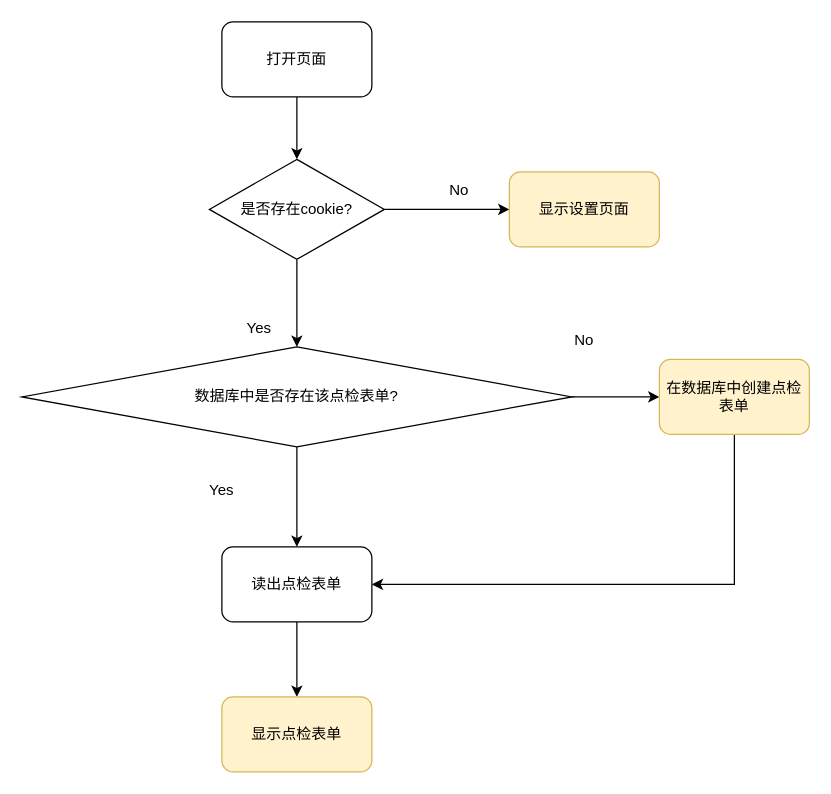
The draw.io diagram 测试站点检系统.drawio in JackGeminiKu/Diagrams, before the edit. Source tidied: cells renumbered, new cells numbered last; positions are measured from the earlier drawing's top-left corner, leaving out a move shared by most shapes. Both pictures are drawn from the tidied source at 125%, with x=0, y=0 at pixel (21, 21).
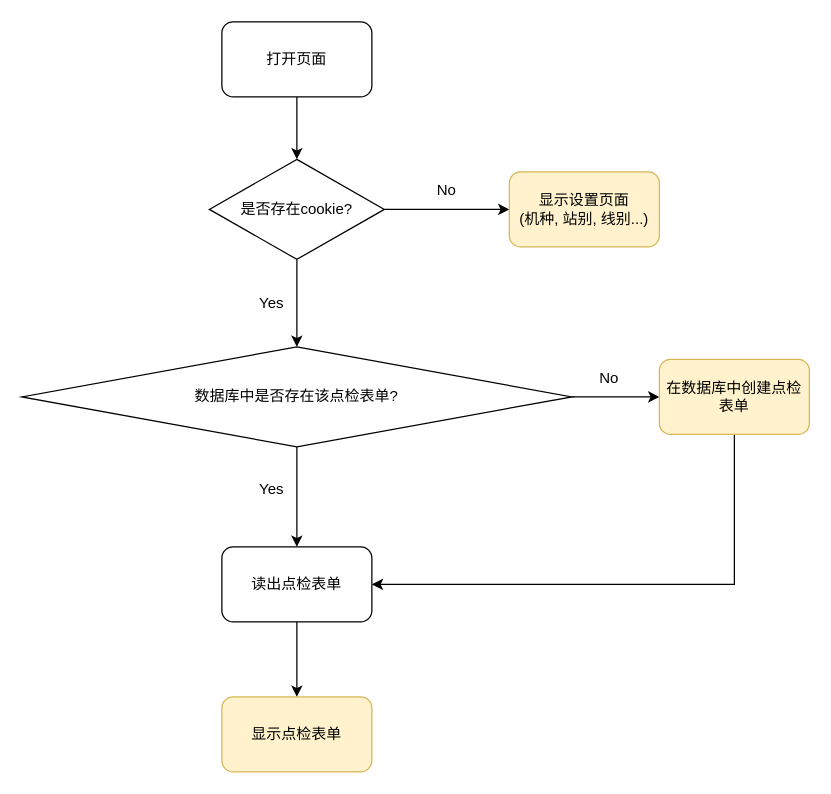
The same page after the edit.

Commit message:
Update 测试站点检系统.drawio

What changed in the source:
```diff
@@
     <mxCell id="9" value="No" style="text;html=1;strokeColor=none;fillColor=none;align=center;verticalAlign=middle;whiteSpace=wrap;rounded=0;" parent="1" vertex="1">
-      <mxGeometry x="420" y="240" width="60" height="30" as="geometry" />
+      <mxGeometry x="440" y="270" width="60" height="30" as="geometry" />
     </mxCell>
     <mxCell id="10" value="Yes" style="text;html=1;strokeColor=none;fillColor=none;align=center;verticalAlign=middle;whiteSpace=wrap;rounded=0;" parent="1" vertex="1">
-      <mxGeometry x="130" y="360" width="60" height="30" as="geometry" />
+      <mxGeometry x="170" y="359" width="60" height="30" as="geometry" />
     </mxCell>
@@
     <mxCell id="17" value="Yes" style="text;html=1;strokeColor=none;fillColor=none;align=center;verticalAlign=middle;whiteSpace=wrap;rounded=0;" parent="1" vertex="1">
-      <mxGeometry x="160" y="230" width="60" height="30" as="geometry" />
+      <mxGeometry x="170" y="210" width="60" height="30" as="geometry" />
     </mxCell>
     <mxCell id="18" value="No" style="text;html=1;strokeColor=none;fillColor=none;align=center;verticalAlign=middle;whiteSpace=wrap;rounded=0;" parent="1" vertex="1">
-      <mxGeometry x="320" y="120" width="60" height="30" as="geometry" />
+      <mxGeometry x="310" y="120" width="60" height="30" as="geometry" />
     </mxCell>
-    <mxCell id="19" value="显示设置页面" style="rounded=1;whiteSpace=wrap;html=1;fillColor=#fff2cc;strokeColor=#d6b656;" parent="1" vertex="1">
+    <mxCell id="19" value="显示设置页面&lt;br&gt;(机种,&amp;nbsp;站别,&amp;nbsp;线别...)" style="rounded=1;whiteSpace=wrap;html=1;fillColor=#fff2cc;strokeColor=#d6b656;" parent="1" vertex="1">
       <mxGeometry x="390" y="120" width="120" height="60" as="geometry" />
     </mxCell>
```
